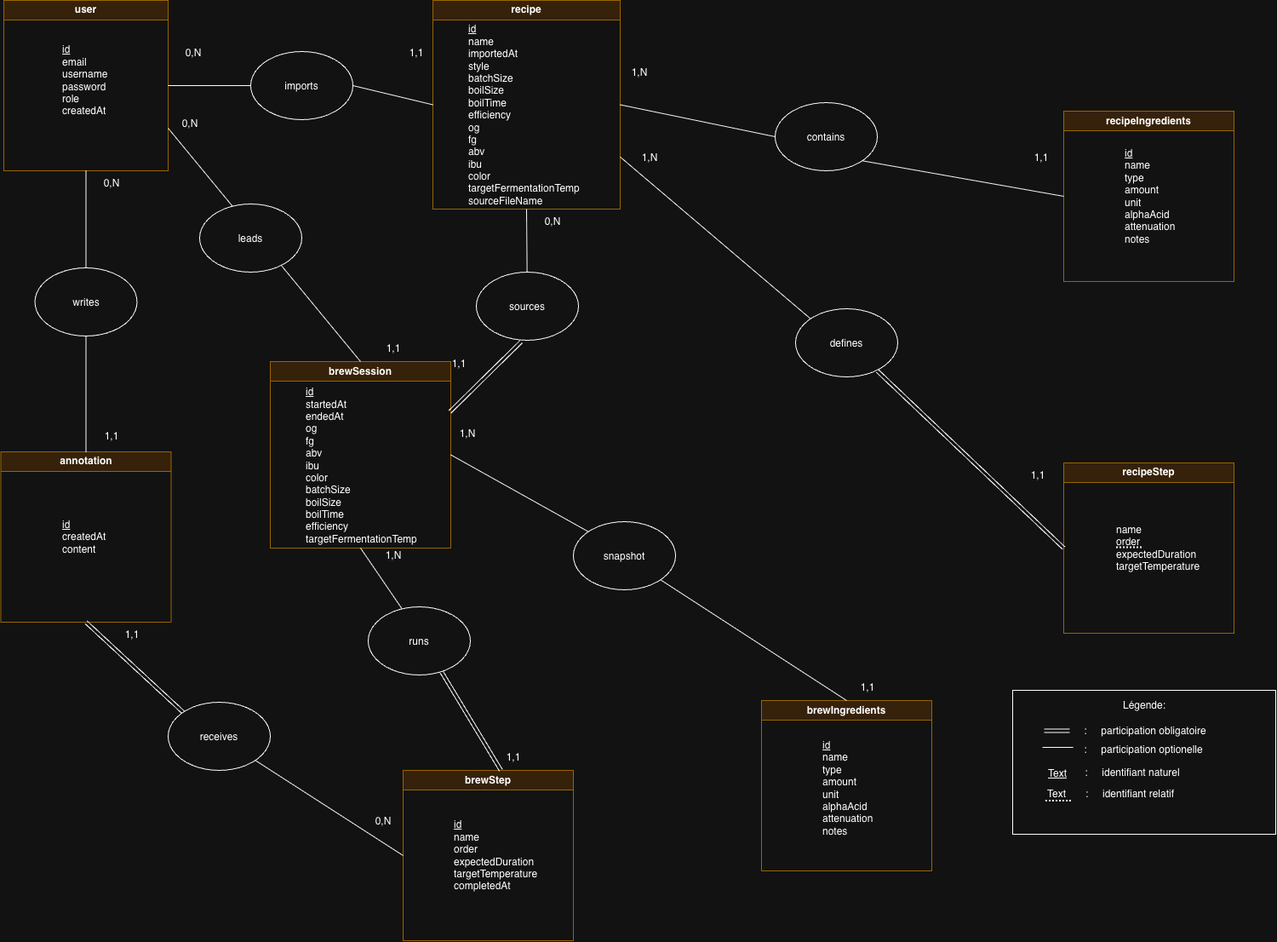
The draw.io diagram docs/diagrams/mcd.png in simplon-alt-dist-p7/micro-saass-simon, before a commit. Source tidied: cells renumbered, new cells last; positions are measured from the earlier drawing's top-left corner, leaving out a move shared by most shapes.
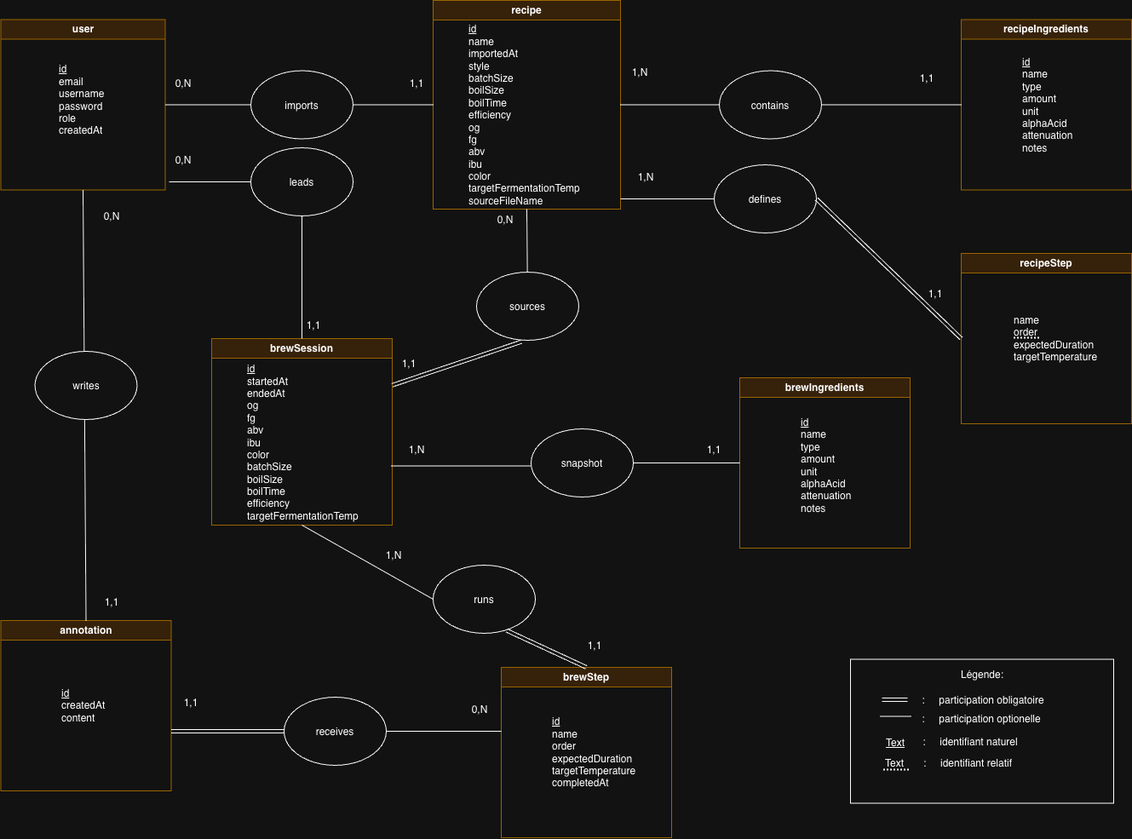
The same diagram one commit later.

Commit message:
docs: redraw MCD and MLD for readability and consistency

The edit, as a diff of the source:
```diff
@@ -11,3 +11,3 @@
     <mxCell id="4" value="user" style="swimlane;whiteSpace=wrap;html=1;fillColor=#ffe6cc;strokeColor=#d79b00;" parent="1" vertex="1">
-      <mxGeometry x="4" width="193" height="200" as="geometry" />
+      <mxGeometry x="0.5" y="22.5" width="193" height="200" as="geometry" />
     </mxCell>
@@ -17,3 +17,3 @@
     <mxCell id="6" value="recipeIngredients" style="swimlane;whiteSpace=wrap;html=1;startSize=23;fillColor=#ffe6cc;strokeColor=#d79b00;" parent="1" vertex="1">
-      <mxGeometry x="1249" y="130" width="200" height="200" as="geometry" />
+      <mxGeometry x="1128" y="22.5" width="200" height="200" as="geometry" />
     </mxCell>
@@ -23,3 +23,3 @@
     <mxCell id="8" value="recipeStep" style="swimlane;whiteSpace=wrap;html=1;startSize=23;fillColor=#ffe6cc;strokeColor=#d79b00;" parent="1" vertex="1">
-      <mxGeometry x="1249" y="543" width="200" height="200" as="geometry" />
+      <mxGeometry x="1128" y="297" width="200" height="200" as="geometry" />
     </mxCell>
@@ -35,3 +35,3 @@
     <mxCell id="11" value="brewSession" style="swimlane;whiteSpace=wrap;html=1;startSize=23;fillColor=#ffe6cc;strokeColor=#d79b00;" parent="1" vertex="1">
-      <mxGeometry x="317" y="424" width="212" height="219" as="geometry" />
+      <mxGeometry x="248" y="397" width="212" height="219" as="geometry" />
     </mxCell>
@@ -41,3 +41,3 @@
     <mxCell id="13" value="brewStep" style="swimlane;whiteSpace=wrap;html=1;startSize=23;fillColor=#ffe6cc;strokeColor=#d79b00;" parent="1" vertex="1">
-      <mxGeometry x="473" y="904" width="200" height="200" as="geometry" />
+      <mxGeometry x="588" y="783" width="200" height="200" as="geometry" />
     </mxCell>
@@ -47,3 +47,3 @@
     <mxCell id="15" value="annotation" style="swimlane;whiteSpace=wrap;html=1;startSize=23;fillColor=#ffe6cc;strokeColor=#d79b00;" parent="1" vertex="1">
-      <mxGeometry x="0.5" y="530" width="200" height="200" as="geometry" />
+      <mxGeometry x="0.5" y="728" width="200" height="200" as="geometry" />
     </mxCell>
@@ -55,10 +55,7 @@
     </mxCell>
-    <mxCell id="18" style="endArrow=none;html=1;rounded=0;exitX=0.5;exitY=0;exitDx=0;exitDy=0;entryX=1;entryY=0.75;entryDx=0;entryDy=0;" parent="1" edge="1" source="11" target="4">
-      <mxGeometry relative="1" as="geometry" />
-    </mxCell>
     <mxCell id="19" value="leads" style="ellipse;whiteSpace=wrap;html=1;shapeInside=1;" parent="1" vertex="1">
-      <mxGeometry x="234" y="239" width="120" height="80" as="geometry" />
+      <mxGeometry x="294" y="173" width="120" height="80" as="geometry" />
     </mxCell>
     <mxCell id="20" value="brewIngredients" style="swimlane;whiteSpace=wrap;html=1;startSize=23;fillColor=#ffe6cc;strokeColor=#d79b00;" parent="1" vertex="1">
-      <mxGeometry x="894" y="822" width="200" height="200" as="geometry" />
+      <mxGeometry x="868" y="443" width="200" height="200" as="geometry" />
     </mxCell>
@@ -68,6 +65,6 @@
     <mxCell id="22" value="0,N" style="text;html=1;whiteSpace=wrap;strokeColor=none;fillColor=none;align=center;verticalAlign=middle;rounded=0;" parent="1" vertex="1">
-      <mxGeometry x="197" y="47" width="60" height="30" as="geometry" />
+      <mxGeometry x="185" y="83" width="60" height="30" as="geometry" />
     </mxCell>
     <mxCell id="23" value="1,1" style="text;html=1;whiteSpace=wrap;strokeColor=none;fillColor=none;align=center;verticalAlign=middle;rounded=0;" parent="1" vertex="1">
-      <mxGeometry x="459" y="47" width="60" height="30" as="geometry" />
+      <mxGeometry x="459" y="82.5" width="60" height="30" as="geometry" />
     </mxCell>
@@ -77,3 +74,3 @@
     <mxCell id="25" value="imports" style="ellipse;whiteSpace=wrap;html=1;shapeInside=1;" parent="1" vertex="1">
-      <mxGeometry x="294" y="60" width="120" height="80" as="geometry" />
+      <mxGeometry x="294" y="82.5" width="120" height="80" as="geometry" />
     </mxCell>
@@ -83,15 +80,15 @@
     <mxCell id="27" value="0,N" style="text;html=1;whiteSpace=wrap;strokeColor=none;fillColor=none;align=center;verticalAlign=middle;rounded=0;" parent="1" vertex="1">
-      <mxGeometry x="193" y="130" width="60" height="30" as="geometry" />
+      <mxGeometry x="185" y="173" width="60" height="30" as="geometry" />
     </mxCell>
     <mxCell id="28" value="1,1" style="text;html=1;whiteSpace=wrap;strokeColor=none;fillColor=none;align=center;verticalAlign=middle;rounded=0;" parent="1" vertex="1">
-      <mxGeometry x="432" y="394" width="60" height="30" as="geometry" />
+      <mxGeometry x="338" y="367" width="60" height="30" as="geometry" />
     </mxCell>
     <mxCell id="29" value="writes" style="ellipse;whiteSpace=wrap;html=1;shapeInside=1;" parent="1" vertex="1">
-      <mxGeometry x="40.5" y="314" width="120" height="80" as="geometry" />
+      <mxGeometry x="40.5" y="412" width="120" height="80" as="geometry" />
     </mxCell>
     <mxCell id="30" value="contains" style="ellipse;whiteSpace=wrap;html=1;shapeInside=1;" parent="1" vertex="1">
-      <mxGeometry x="910" y="120" width="120" height="80" as="geometry" />
+      <mxGeometry x="844" y="82.5" width="120" height="80" as="geometry" />
     </mxCell>
     <mxCell id="31" value="1,1" style="text;html=1;whiteSpace=wrap;strokeColor=none;fillColor=none;align=center;verticalAlign=middle;rounded=0;" parent="1" vertex="1">
-      <mxGeometry x="1193" y="170" width="60" height="30" as="geometry" />
+      <mxGeometry x="1058" y="77" width="60" height="30" as="geometry" />
     </mxCell>
@@ -101,11 +98,13 @@
     <mxCell id="33" value="receives" style="ellipse;whiteSpace=wrap;html=1;shapeInside=1;" parent="1" vertex="1">
-      <mxGeometry x="197" y="824" width="120" height="80" as="geometry" />
+      <mxGeometry x="333" y="818" width="120" height="80" as="geometry" />
     </mxCell>
-    <mxCell id="34" style="endArrow=none;html=1;rounded=0;entryX=0;entryY=0.5;entryDx=0;entryDy=0;exitX=1;exitY=1;exitDx=0;exitDy=0;" parent="1" edge="1" source="33" target="13">
-      <mxGeometry relative="1" as="geometry" />
+    <mxCell id="34" style="endArrow=none;html=1;rounded=0;exitX=1;exitY=0.5;exitDx=0;exitDy=0;" parent="1" edge="1" source="33">
+      <mxGeometry relative="1" as="geometry">
+        <mxPoint x="588" y="858" as="targetPoint" />
+      </mxGeometry>
     </mxCell>
     <mxCell id="35" value="runs" style="ellipse;whiteSpace=wrap;html=1;shapeInside=1;" parent="1" vertex="1">
-      <mxGeometry x="432" y="712" width="120" height="80" as="geometry" />
+      <mxGeometry x="508" y="663" width="120" height="80" as="geometry" />
     </mxCell>
-    <mxCell id="36" style="endArrow=none;html=1;rounded=0;exitX=0.5;exitY=0;exitDx=0;exitDy=0;entryX=1;entryY=1;entryDx=0;entryDy=0;" parent="1" edge="1" source="20" target="37">
+    <mxCell id="36" style="endArrow=none;html=1;rounded=0;exitX=0;exitY=0.5;exitDx=0;exitDy=0;entryX=1;entryY=0.5;entryDx=0;entryDy=0;" parent="1" edge="1" source="20" target="37">
       <mxGeometry relative="1" as="geometry" />
@@ -113,12 +112,17 @@
     <mxCell id="37" value="snapshot" style="ellipse;whiteSpace=wrap;html=1;shapeInside=1;" parent="1" vertex="1">
-      <mxGeometry x="673" y="612" width="120" height="80" as="geometry" />
+      <mxGeometry x="623" y="503" width="120" height="80" as="geometry" />
     </mxCell>
-    <mxCell id="38" style="endArrow=none;html=1;rounded=0;exitX=0;exitY=0;exitDx=0;exitDy=0;entryX=1;entryY=0.5;entryDx=0;entryDy=0;" parent="1" edge="1" source="37" target="11">
-      <mxGeometry relative="1" as="geometry" />
+    <mxCell id="38" style="endArrow=none;html=1;rounded=0;exitX=0;exitY=0.5;exitDx=0;exitDy=0;entryX=1;entryY=0.5;entryDx=0;entryDy=0;" parent="1" edge="1">
+      <mxGeometry relative="1" as="geometry">
+        <mxPoint x="622" y="546.5" as="sourcePoint" />
+        <mxPoint x="459" y="546.5" as="targetPoint" />
+      </mxGeometry>
     </mxCell>
-    <mxCell id="39" style="endArrow=none;html=1;rounded=0;entryX=0;entryY=0;entryDx=0;entryDy=0;exitX=1;exitY=0.75;exitDx=0;exitDy=0;" parent="1" edge="1" source="2" target="40">
-      <mxGeometry relative="1" as="geometry" />
+    <mxCell id="39" style="endArrow=none;html=1;rounded=0;entryX=0;entryY=0.5;entryDx=0;entryDy=0;" parent="1" edge="1" target="40">
+      <mxGeometry relative="1" as="geometry">
+        <mxPoint x="728" y="233" as="sourcePoint" />
+      </mxGeometry>
     </mxCell>
     <mxCell id="40" value="defines" style="ellipse;whiteSpace=wrap;html=1;shapeInside=1;" parent="1" vertex="1">
-      <mxGeometry x="934" y="362" width="120" height="80" as="geometry" />
+      <mxGeometry x="838" y="193" width="120" height="80" as="geometry" />
     </mxCell>
@@ -128,21 +132,21 @@
     <mxCell id="42" value="1,1" style="text;html=1;whiteSpace=wrap;strokeColor=none;fillColor=none;align=center;verticalAlign=middle;rounded=0;" parent="1" vertex="1">
-      <mxGeometry x="1189" y="543" width="60" height="30" as="geometry" />
+      <mxGeometry x="1068" y="330" width="60" height="30" as="geometry" />
     </mxCell>
     <mxCell id="43" value="1,N" style="text;html=1;whiteSpace=wrap;strokeColor=none;fillColor=none;align=center;verticalAlign=middle;rounded=0;" parent="1" vertex="1">
-      <mxGeometry x="733" y="170" width="60" height="30" as="geometry" />
+      <mxGeometry x="728" y="193" width="60" height="30" as="geometry" />
     </mxCell>
     <mxCell id="44" value="0,N" style="text;html=1;whiteSpace=wrap;strokeColor=none;fillColor=none;align=center;verticalAlign=middle;rounded=0;" parent="1" vertex="1">
-      <mxGeometry x="619" y="245" width="60" height="30" as="geometry" />
+      <mxGeometry x="563" y="243" width="60" height="30" as="geometry" />
     </mxCell>
     <mxCell id="45" value="1,1" style="text;html=1;whiteSpace=wrap;strokeColor=none;fillColor=none;align=center;verticalAlign=middle;rounded=0;" parent="1" vertex="1">
-      <mxGeometry x="509" y="412" width="60" height="30" as="geometry" />
+      <mxGeometry x="450" y="412" width="60" height="30" as="geometry" />
     </mxCell>
     <mxCell id="46" value="1,1" style="text;html=1;whiteSpace=wrap;strokeColor=none;fillColor=none;align=center;verticalAlign=middle;rounded=0;" parent="1" vertex="1">
-      <mxGeometry x="989" y="792" width="60" height="30" as="geometry" />
+      <mxGeometry x="808" y="513" width="60" height="30" as="geometry" />
     </mxCell>
     <mxCell id="47" value="1,N" style="text;html=1;whiteSpace=wrap;strokeColor=none;fillColor=none;align=center;verticalAlign=middle;rounded=0;" parent="1" vertex="1">
-      <mxGeometry x="519" y="494" width="60" height="30" as="geometry" />
+      <mxGeometry x="459" y="513" width="60" height="30" as="geometry" />
     </mxCell>
     <mxCell id="48" value="1,1" style="text;html=1;whiteSpace=wrap;strokeColor=none;fillColor=none;align=center;verticalAlign=middle;rounded=0;" parent="1" vertex="1">
-      <mxGeometry x="573" y="874" width="60" height="30" as="geometry" />
+      <mxGeometry x="668" y="743" width="60" height="30" as="geometry" />
     </mxCell>
@@ -152,31 +156,29 @@
     <mxCell id="50" value="1,1" style="text;html=1;whiteSpace=wrap;strokeColor=none;fillColor=none;align=center;verticalAlign=middle;rounded=0;" parent="1" vertex="1">
-      <mxGeometry x="100.5" y="497" width="60" height="30" as="geometry" />
+      <mxGeometry x="100.5" y="692" width="60" height="30" as="geometry" />
     </mxCell>
     <mxCell id="51" value="0,N" style="text;html=1;whiteSpace=wrap;strokeColor=none;fillColor=none;align=center;verticalAlign=middle;rounded=0;" parent="1" vertex="1">
-      <mxGeometry x="100.5" y="200" width="60" height="30" as="geometry" />
+      <mxGeometry x="100.5" y="239" width="60" height="30" as="geometry" />
     </mxCell>
     <mxCell id="52" value="1,1" style="text;html=1;whiteSpace=wrap;strokeColor=none;fillColor=none;align=center;verticalAlign=middle;rounded=0;" parent="1" vertex="1">
-      <mxGeometry x="125" y="730" width="60" height="30" as="geometry" />
+      <mxGeometry x="193.5" y="810" width="60" height="30" as="geometry" />
     </mxCell>
     <mxCell id="53" value="0,N" style="text;html=1;whiteSpace=wrap;strokeColor=none;fillColor=none;align=center;verticalAlign=middle;rounded=0;" parent="1" vertex="1">
-      <mxGeometry x="420" y="949" width="60" height="30" as="geometry" />
+      <mxGeometry x="533" y="818" width="60" height="30" as="geometry" />
     </mxCell>
-    <mxCell id="54" style="shape=link;html=1;rounded=0;exitX=0.5;exitY=1;exitDx=0;exitDy=0;entryX=0;entryY=0;entryDx=0;entryDy=0;" parent="1" edge="1" source="15" target="33">
-      <mxGeometry relative="1" as="geometry" />
+    <mxCell id="54" style="shape=link;html=1;rounded=0;entryX=0;entryY=0.5;entryDx=0;entryDy=0;" parent="1" edge="1" target="33">
+      <mxGeometry relative="1" as="geometry">
+        <mxPoint x="200.5" y="858" as="sourcePoint" />
+      </mxGeometry>
     </mxCell>
-    <mxCell id="55" style="shape=link;html=1;rounded=0;entryX=0.8;entryY=0.912;entryDx=0;entryDy=0;exitX=0;exitY=0.5;exitDx=0;exitDy=0;entryPerimeter=0;" parent="1" edge="1" source="8" target="40">
+    <mxCell id="55" style="shape=link;html=1;rounded=0;exitX=0;exitY=0.5;exitDx=0;exitDy=0;entryX=1;entryY=0.5;entryDx=0;entryDy=0;" parent="1" edge="1" source="8" target="40">
       <mxGeometry relative="1" as="geometry" />
     </mxCell>
-    <mxCell id="56" style="shape=link;html=1;rounded=0;exitX=0.719;exitY=0.958;exitDx=0;exitDy=0;entryX=0.25;entryY=1;entryDx=0;entryDy=0;exitPerimeter=0;" parent="1" edge="1" source="35" target="48">
+    <mxCell id="56" style="shape=link;html=1;rounded=0;exitX=0.719;exitY=0.958;exitDx=0;exitDy=0;entryX=0.5;entryY=0;entryDx=0;entryDy=0;exitPerimeter=0;" parent="1" edge="1" source="35" target="13">
       <mxGeometry relative="1" as="geometry" />
     </mxCell>
-    <mxCell id="57" style="endArrow=none;html=1;rounded=0;entryX=0.5;entryY=1;entryDx=0;entryDy=0;" parent="1" edge="1" target="11">
-      <mxGeometry relative="1" as="geometry">
-        <mxPoint x="471.5" y="714" as="sourcePoint" />
-      </mxGeometry>
+    <mxCell id="57" style="endArrow=none;html=1;rounded=0;entryX=0.5;entryY=1;entryDx=0;entryDy=0;exitX=0;exitY=0.5;exitDx=0;exitDy=0;" parent="1" edge="1" source="35" target="11">
+      <mxGeometry relative="1" as="geometry" />
     </mxCell>
-    <mxCell id="58" style="shape=link;html=1;rounded=0;entryX=0.439;entryY=1.021;entryDx=0;entryDy=0;entryPerimeter=0;" parent="1" edge="1" target="41">
-      <mxGeometry relative="1" as="geometry">
-        <mxPoint x="528" y="483" as="sourcePoint" />
-      </mxGeometry>
+    <mxCell id="58" style="shape=link;html=1;rounded=0;entryX=0.439;entryY=1.021;entryDx=0;entryDy=0;entryPerimeter=0;exitX=1;exitY=0.25;exitDx=0;exitDy=0;" parent="1" edge="1" source="11" target="41">
+      <mxGeometry relative="1" as="geometry" />
     </mxCell>
@@ -185,3 +187,3 @@
     </mxCell>
-    <mxCell id="60" style="endArrow=none;html=1;rounded=0;entryX=0;entryY=0.5;entryDx=0;entryDy=0;exitX=1;exitY=1;exitDx=0;exitDy=0;" parent="1" edge="1" source="30" target="6">
+    <mxCell id="60" style="endArrow=none;html=1;rounded=0;entryX=0;entryY=0.5;entryDx=0;entryDy=0;exitX=1;exitY=0.5;exitDx=0;exitDy=0;" parent="1" edge="1" source="30" target="6">
       <mxGeometry relative="1" as="geometry" />
@@ -192,6 +194,6 @@
     <mxCell id="62" style="rounded=0;whiteSpace=wrap;html=1;" parent="1" vertex="1">
-      <mxGeometry x="1189" y="810" width="309" height="169" as="geometry" />
+      <mxGeometry x="998" y="773.5" width="309" height="169" as="geometry" />
     </mxCell>
     <mxCell id="63" value="Légende:" style="text;html=1;whiteSpace=wrap;strokeColor=none;fillColor=none;align=center;verticalAlign=middle;rounded=0;" parent="1" vertex="1">
-      <mxGeometry x="1313.5" y="813" width="60" height="30" as="geometry" />
+      <mxGeometry x="1122.5" y="776.5" width="60" height="30" as="geometry" />
     </mxCell>
@@ -199,4 +201,4 @@
       <mxGeometry relative="1" as="geometry">
-        <mxPoint x="1228" y="940" as="sourcePoint" />
-        <mxPoint x="1259" y="940" as="targetPoint" />
+        <mxPoint x="1037" y="903.5" as="sourcePoint" />
+        <mxPoint x="1068" y="903.5" as="targetPoint" />
       </mxGeometry>
@@ -205,4 +207,4 @@
       <mxGeometry relative="1" as="geometry">
-        <mxPoint x="1256" y="857.5" as="sourcePoint" />
-        <mxPoint x="1226" y="857.5" as="targetPoint" />
+        <mxPoint x="1065" y="821" as="sourcePoint" />
+        <mxPoint x="1035" y="821" as="targetPoint" />
       </mxGeometry>
@@ -210,22 +212,30 @@
     <mxCell id="66" value="Text" style="text;html=1;whiteSpace=wrap;strokeColor=none;fillColor=none;align=center;verticalAlign=middle;rounded=0;" parent="1" vertex="1">
-      <mxGeometry x="1211" y="917" width="60" height="30" as="geometry" />
+      <mxGeometry x="1020" y="880.5" width="60" height="30" as="geometry" />
     </mxCell>
     <mxCell id="67" value="&lt;u&gt;Text&lt;/u&gt;" style="text;html=1;whiteSpace=wrap;strokeColor=none;fillColor=none;align=center;verticalAlign=middle;rounded=0;" parent="1" vertex="1">
-      <mxGeometry x="1212" y="893" width="60" height="30" as="geometry" />
+      <mxGeometry x="1021" y="856.5" width="60" height="30" as="geometry" />
     </mxCell>
     <mxCell id="68" value=":&amp;nbsp; &amp;nbsp; &amp;nbsp;identifiant naturel" style="text;html=1;whiteSpace=wrap;strokeColor=none;fillColor=none;align=center;verticalAlign=middle;rounded=0;" parent="1" vertex="1">
-      <mxGeometry x="1270" y="892" width="120" height="30" as="geometry" />
+      <mxGeometry x="1079" y="855.5" width="120" height="30" as="geometry" />
     </mxCell>
     <mxCell id="69" value=":&amp;nbsp; &amp;nbsp; &amp;nbsp;identifiant relatif" style="text;html=1;whiteSpace=wrap;strokeColor=none;fillColor=none;align=center;verticalAlign=middle;rounded=0;" parent="1" vertex="1">
-      <mxGeometry x="1267" y="917" width="120" height="30" as="geometry" />
+      <mxGeometry x="1076" y="880.5" width="120" height="30" as="geometry" />
     </mxCell>
     <mxCell id="70" value=":&amp;nbsp; &amp;nbsp; &amp;nbsp;participation obligatoire" style="text;html=1;whiteSpace=wrap;strokeColor=none;fillColor=none;align=center;verticalAlign=middle;rounded=0;" parent="1" vertex="1">
-      <mxGeometry x="1272" y="843" width="146" height="30" as="geometry" />
+      <mxGeometry x="1081" y="806.5" width="146" height="30" as="geometry" />
     </mxCell>
     <mxCell id="71" style="line;strokeWidth=1;fillColor=none;align=left;verticalAlign=middle;spacingTop=-1;spacingLeft=3;spacingRight=3;labelPosition=right;strokeColor=inherit;" parent="1" vertex="1">
-      <mxGeometry x="1224" y="873" width="36" height="8" as="geometry" />
+      <mxGeometry x="1033" y="836.5" width="36" height="8" as="geometry" />
     </mxCell>
     <mxCell id="72" value=":&amp;nbsp; &amp;nbsp; &amp;nbsp;participation optionelle" style="text;html=1;whiteSpace=wrap;strokeColor=none;fillColor=none;align=center;verticalAlign=middle;rounded=0;" parent="1" vertex="1">
-      <mxGeometry x="1269.5" y="865" width="146" height="30" as="geometry" />
+      <mxGeometry x="1078.5" y="828.5" width="146" height="30" as="geometry" />
     </mxCell>
+    <mxCell id="73" style="endArrow=none;html=1;rounded=0;entryX=0;entryY=0.5;entryDx=0;entryDy=0;" parent="1" edge="1" target="19">
+      <mxGeometry relative="1" as="geometry">
+        <mxPoint x="198" y="213" as="sourcePoint" />
+      </mxGeometry>
+    </mxCell>
+    <mxCell id="74" style="endArrow=none;html=1;rounded=0;exitX=0.5;exitY=0;exitDx=0;exitDy=0;entryX=0.5;entryY=1;entryDx=0;entryDy=0;" parent="1" edge="1" source="11" target="19">
+      <mxGeometry relative="1" as="geometry" />
+    </mxCell>
   </root>
```
